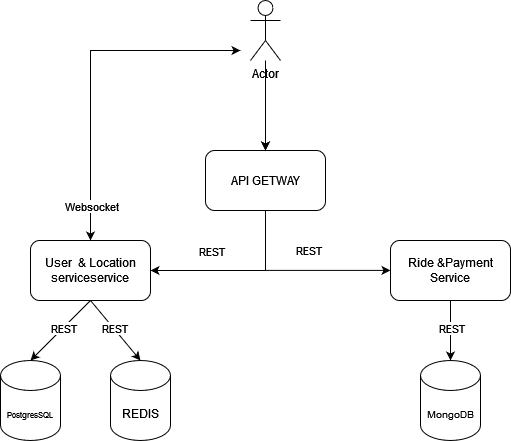
Before: images/scheme.png, a diagram exported from draw.io (AlexGrama22/pad). Source tidied: cells renumbered, new cells last; positions are measured from the earlier drawing's top-left corner, leaving out a move shared by most shapes.
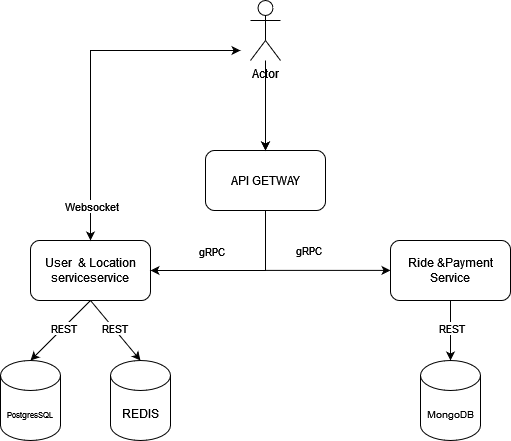
Above is the later version.

What changed in the source:
```diff
@@ -34,7 +34,7 @@
         </Array>
       </mxGeometry>
     </mxCell>
-    <mxCell id="9" value="REST" style="edgeLabel;html=1;align=center;verticalAlign=middle;" parent="8" vertex="1">
+    <mxCell id="9" value="gRPC" style="edgeLabel;html=1;align=center;verticalAlign=middle;" parent="8" vertex="1">
       <mxGeometry x="-0.27" relative="1" as="geometry">
         <mxPoint x="-4" y="-20" as="offset" />
       </mxGeometry>
@@ -45,7 +45,7 @@
         <mxPoint x="390" y="269.9" as="targetPoint" />
       </mxGeometry>
     </mxCell>
-    <mxCell id="11" value="REST" style="edgeLabel;html=1;align=center;verticalAlign=middle;" parent="10" vertex="1">
+    <mxCell id="11" value="gRPC" style="edgeLabel;html=1;align=center;verticalAlign=middle;" parent="10" vertex="1">
       <mxGeometry x="0.15" y="-1" relative="1" as="geometry">
         <mxPoint x="-30" y="-21" as="offset" />
       </mxGeometry>
```
